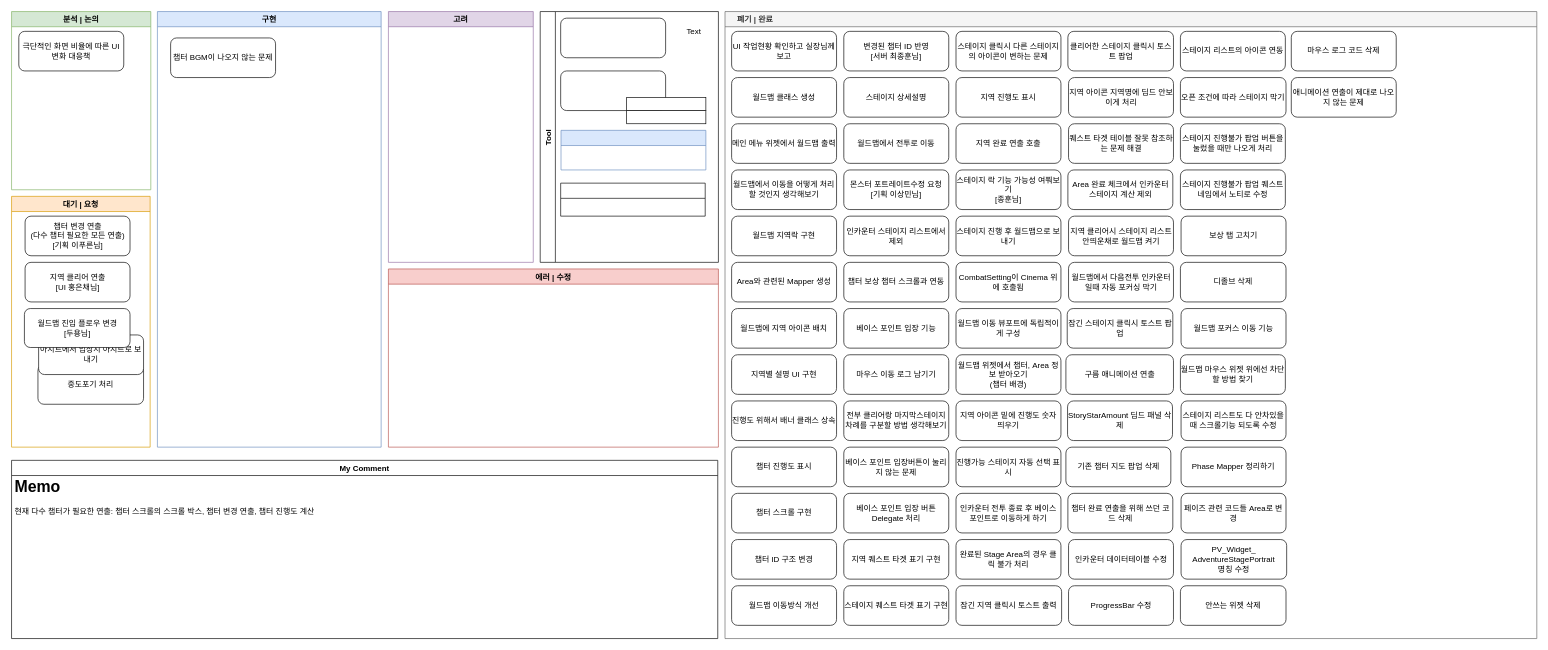
Before: 월드맵 시스템 진행상황.drawio in Endorr/Job-Board, a draw.io diagram. Source tidied: cells renumbered, new cells numbered last; positions are measured from the earlier drawing's top-left corner, leaving out a move shared by most shapes. Both pictures are drawn from the tidied source at 66%, with x=0, y=0 at pixel (11, 11).
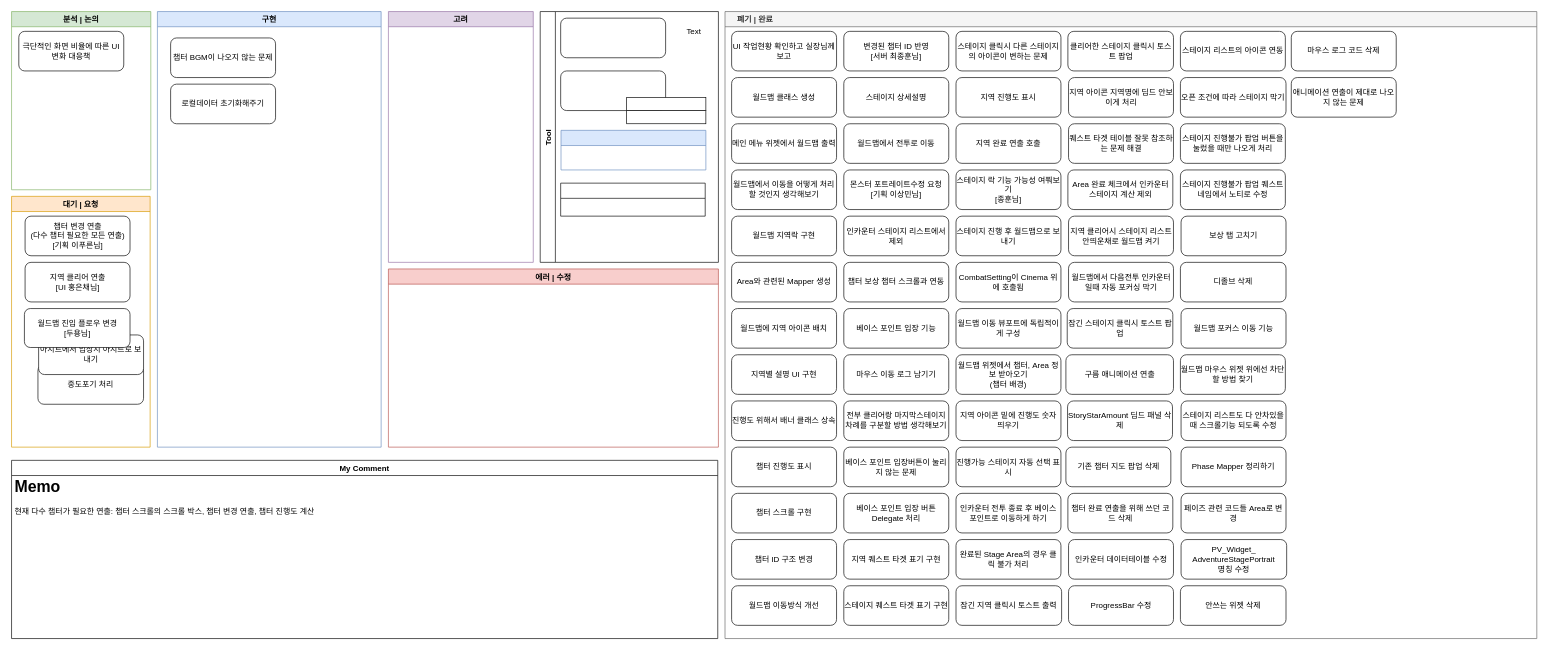
Above is the later version.

Commit message:
Update 월드맵 시스템 진행상황.drawio

The change refers to these unchanged cells:
```xml
<mxCell id="2" value="구현" style="swimlane;fillColor=#dae8fc;strokeColor=#6c8ebf;" parent="1" vertex="1">
  <mxGeometry x="221" width="339" height="660" as="geometry" />
</mxCell>
```

Diff of the diagram source:
```diff
@@
+    <mxCell id="93" value="로컬데이터 초기화해주기" style="rounded=1;whiteSpace=wrap;html=1;" parent="2" vertex="1">
+      <mxGeometry x="20" y="110" width="159" height="60" as="geometry" />
+    </mxCell>
```
